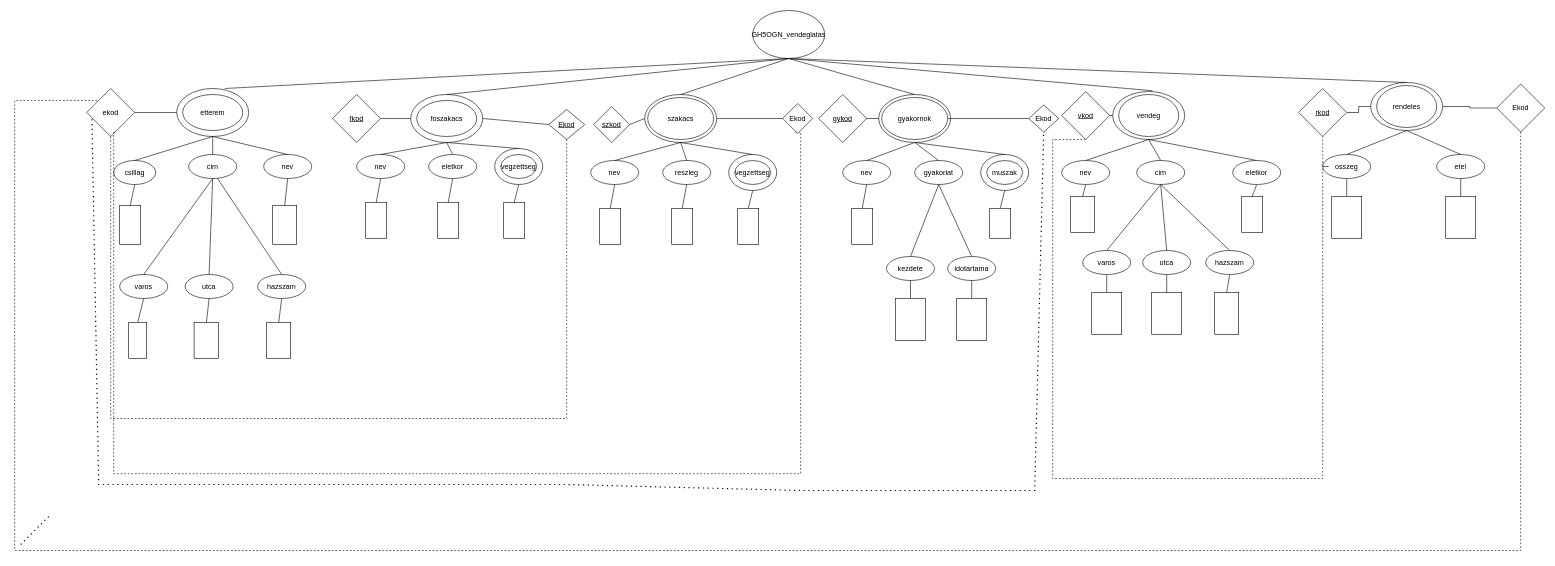
This is GH5OGN_1001/GH5OGN_vendeglatas.drawio from ballaleventedavid/GH5OGNWebXML, a draw.io file, before an edit. Source tidied: cells renumbered, new cells numbered last; positions are measured from the earlier drawing's top-left corner, leaving out a move shared by most shapes. Both pictures are drawn from the tidied source at 60%, with x=0, y=0 at pixel (14, 10).
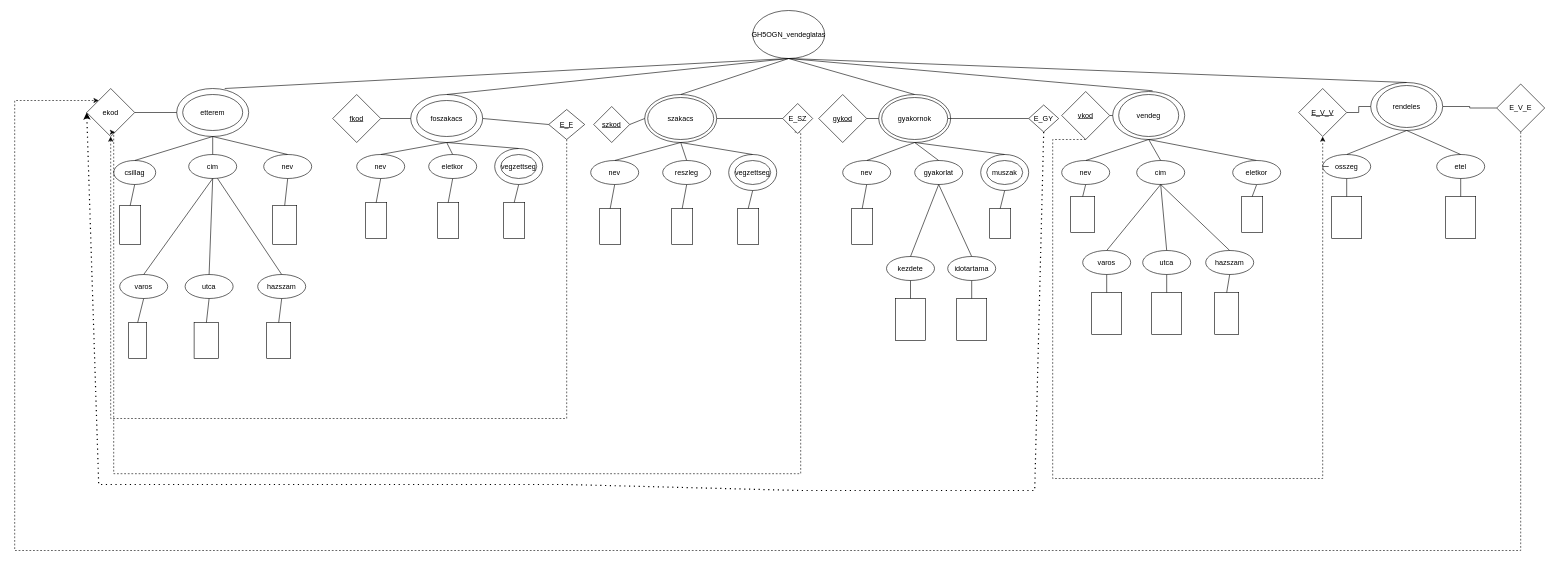
The same page after the edit.

Unchanged cells that the change refers to:
```xml
<mxCell id="35" value="ekod" style="rhombus;whiteSpace=wrap;html=1;" parent="1" vertex="1">
  <mxGeometry x="120" y="130" width="80" height="80" as="geometry" />
</mxCell>
<mxCell id="117" value="&lt;u&gt;vkod&lt;/u&gt;" style="rhombus;whiteSpace=wrap;html=1;" parent="1" vertex="1">
  <mxGeometry x="1745" y="135" width="80" height="80" as="geometry" />
</mxCell>
```

What changed in the source:
```diff
@@
-    <mxCell id="116" style="edgeStyle=orthogonalEdgeStyle;rounded=0;jettySize=auto;html=1;exitX=0.5;exitY=1;exitDx=0;exitDy=0;entryX=0.5;entryY=1;entryDx=0;entryDy=0;dashed=1;endArrow=none;endFill=0;" parent="1" edge="1" source="117" target="142">
+    <mxCell id="116" style="edgeStyle=orthogonalEdgeStyle;rounded=0;jettySize=auto;html=1;exitX=0.5;exitY=1;exitDx=0;exitDy=0;entryX=0.5;entryY=1;entryDx=0;entryDy=0;dashed=1;endArrow=classic;endFill=1;" parent="1" edge="1" source="117" target="142">
       <mxGeometry relative="1" as="geometry">
         <Array as="points">
           <mxPoint x="1730" y="215" />
           <mxPoint x="1730" y="780" />
           <mxPoint x="2180" y="780" />
         </Array>
       </mxGeometry>
     </mxCell>
@@
-    <mxCell id="133" style="endArrow=none;dashed=1;html=1;dashPattern=1 3;strokeWidth=2;rounded=0;" parent="1" edge="1">
-      <mxGeometry relative="1" as="geometry">
-        <mxPoint x="10" y="890" as="sourcePoint" />
-        <mxPoint x="60" y="840" as="targetPoint" />
-      </mxGeometry>
-    </mxCell>
-    <mxCell id="134" style="edgeStyle=orthogonalEdgeStyle;rounded=0;jettySize=auto;html=1;exitX=0.5;exitY=1;exitDx=0;exitDy=0;entryX=0.5;entryY=1;entryDx=0;entryDy=0;dashed=1;endArrow=none;endFill=0;" parent="1" edge="1" source="135" target="35">
+    <mxCell id="134" style="edgeStyle=orthogonalEdgeStyle;rounded=0;jettySize=auto;html=1;exitX=0.5;exitY=1;exitDx=0;exitDy=0;entryX=0.5;entryY=1;entryDx=0;entryDy=0;dashed=1;endArrow=classic;endFill=1;" parent="1" edge="1" source="135" target="35">
       <mxGeometry relative="1" as="geometry">
         <Array as="points">
           <mxPoint x="920" y="680" />
           <mxPoint x="160" y="680" />
         </Array>
       </mxGeometry>
     </mxCell>
-    <mxCell id="135" value="&lt;u&gt;Ekod&lt;/u&gt;" style="rhombus;whiteSpace=wrap;html=1;" parent="1" vertex="1">
+    <mxCell id="135" value="&lt;u&gt;E_F&lt;/u&gt;" style="rhombus;whiteSpace=wrap;html=1;" parent="1" vertex="1">
       <mxGeometry x="890" y="165" width="60" height="50" as="geometry" />
     </mxCell>
@@
-    <mxCell id="137" style="edgeStyle=orthogonalEdgeStyle;rounded=0;jettySize=auto;html=1;dashed=1;endArrow=none;endFill=0;entryX=0.591;entryY=0.911;entryDx=0;entryDy=0;exitX=0.4;exitY=0.95;exitDx=0;exitDy=0;exitPerimeter=0;entryPerimeter=0;" parent="1" edge="1" source="138" target="35">
+    <mxCell id="137" style="edgeStyle=orthogonalEdgeStyle;rounded=0;jettySize=auto;html=1;dashed=1;endArrow=classic;endFill=1;entryX=0.591;entryY=0.911;entryDx=0;entryDy=0;exitX=0.4;exitY=0.95;exitDx=0;exitDy=0;exitPerimeter=0;entryPerimeter=0;" parent="1" edge="1" source="138" target="35">
       <mxGeometry relative="1" as="geometry">
         <Array as="points">
           <mxPoint x="1310" y="203" />
           <mxPoint x="1310" y="772" />
           <mxPoint x="165" y="772" />
           <mxPoint x="165" y="203" />
         </Array>
       </mxGeometry>
     </mxCell>
-    <mxCell id="138" value="Ekod" style="rhombus;whiteSpace=wrap;html=1;" parent="1" vertex="1">
+    <mxCell id="138" value="E_SZ" style="rhombus;whiteSpace=wrap;html=1;" parent="1" vertex="1">
       <mxGeometry x="1280" y="155" width="50" height="50" as="geometry" />
     </mxCell>
-    <mxCell id="139" value="Ekod" style="rhombus;whiteSpace=wrap;html=1;" parent="1" vertex="1">
+    <mxCell id="139" value="E_GY" style="rhombus;whiteSpace=wrap;html=1;" parent="1" vertex="1">
       <mxGeometry x="1690" y="157.5" width="50" height="45" as="geometry" />
     </mxCell>
-    <mxCell id="140" style="endArrow=none;dashed=1;html=1;dashPattern=1 3;strokeWidth=2;rounded=0;entryX=0.5;entryY=1;entryDx=0;entryDy=0;exitX=0.109;exitY=0.639;exitDx=0;exitDy=0;exitPerimeter=0;" parent="1" edge="1" source="35" target="139">
+    <mxCell id="140" style="endArrow=none;dashed=1;html=1;dashPattern=1 3;strokeWidth=2;rounded=0;entryX=0.5;entryY=1;entryDx=0;entryDy=0;endFill=0;exitX=0;exitY=0.5;exitDx=0;exitDy=0;startArrow=classic;startFill=1;" parent="1" edge="1" source="35" target="139">
       <mxGeometry relative="1" as="geometry">
         <Array as="points">
           <mxPoint x="140" y="790" />
           <mxPoint x="520" y="790" />
           <mxPoint x="920" y="790" />
           <mxPoint x="1310" y="800" />
           <mxPoint x="1700" y="800" />
         </Array>
       </mxGeometry>
     </mxCell>
@@
-    <mxCell id="142" value="&lt;u&gt;rkod&lt;/u&gt;" style="rhombus;whiteSpace=wrap;html=1;" parent="1" vertex="1">
+    <mxCell id="142" value="&lt;u&gt;E_V_V&lt;/u&gt;" style="rhombus;whiteSpace=wrap;html=1;" parent="1" vertex="1">
       <mxGeometry x="2140" y="130" width="80" height="80" as="geometry" />
     </mxCell>
-    <mxCell id="143" style="edgeStyle=orthogonalEdgeStyle;rounded=0;jettySize=auto;html=1;exitX=0.5;exitY=1;exitDx=0;exitDy=0;entryX=0;entryY=0;entryDx=0;entryDy=0;dashed=1;endArrow=none;endFill=0;" parent="1" edge="1" source="144" target="35">
+    <mxCell id="143" style="edgeStyle=orthogonalEdgeStyle;rounded=0;jettySize=auto;html=1;exitX=0.5;exitY=1;exitDx=0;exitDy=0;entryX=0;entryY=0;entryDx=0;entryDy=0;dashed=1;endArrow=classic;endFill=1;" parent="1" edge="1" source="144" target="35">
       <mxGeometry relative="1" as="geometry">
         <Array as="points">
           <mxPoint x="2510" y="900" />
           <mxPoint y="900" />
           <mxPoint y="150" />
         </Array>
       </mxGeometry>
     </mxCell>
-    <mxCell id="144" value="Ekod" style="rhombus;whiteSpace=wrap;html=1;" parent="1" vertex="1">
+    <mxCell id="144" value="E_V_E" style="rhombus;whiteSpace=wrap;html=1;" parent="1" vertex="1">
       <mxGeometry x="2470" y="122.5" width="80" height="80" as="geometry" />
     </mxCell>
```
